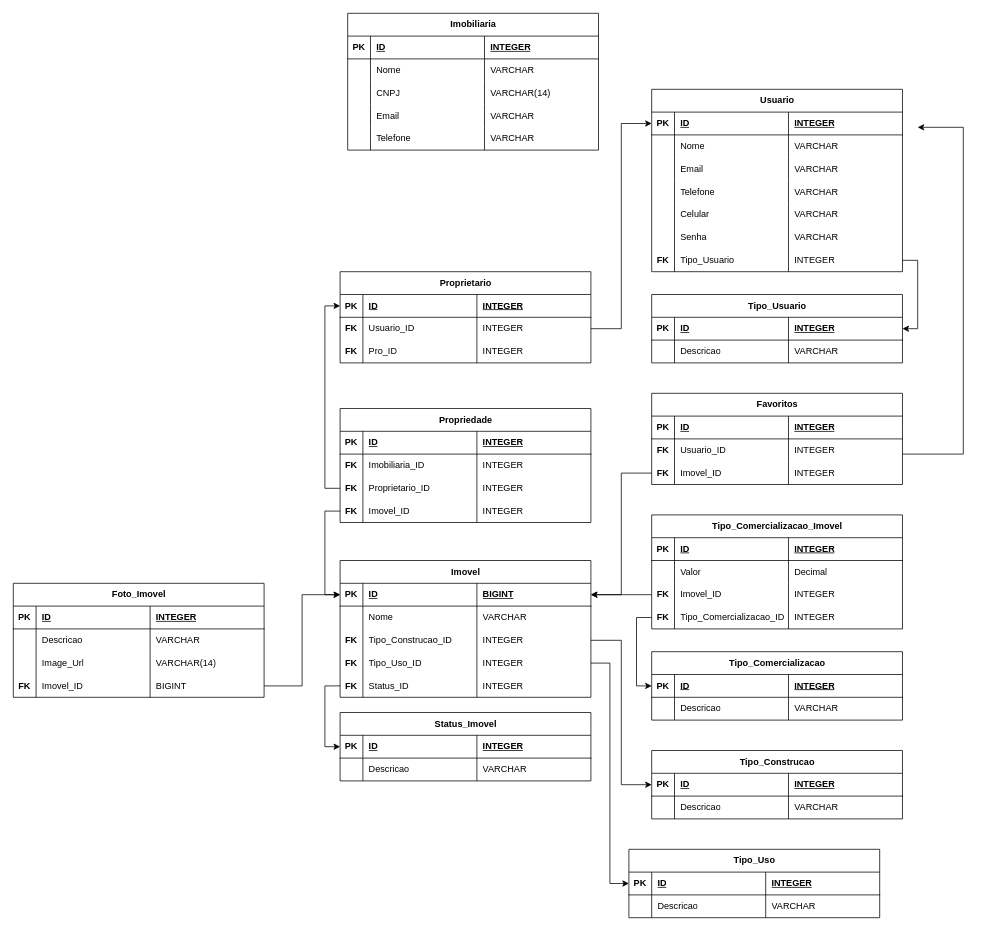
Before: Docs/DataModeling/Modelagem de Dados.drawio in SteveSilvas/BuscaCasa, a draw.io diagram. Source tidied: cells renumbered, new cells numbered last; positions are measured from the earlier drawing's top-left corner, leaving out a move shared by most shapes. Both pictures are drawn from the tidied source at 76%, with x=0, y=0 at pixel (13, 13).
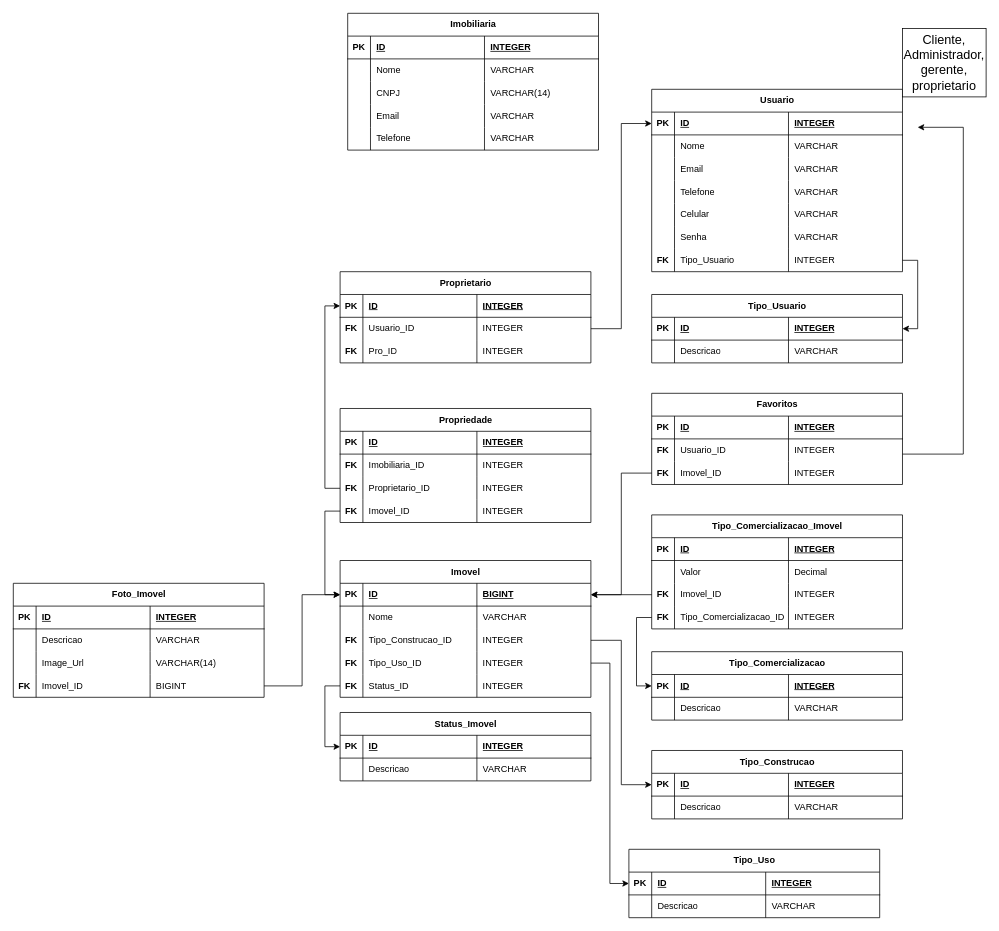
The same page after the edit.

Change to the diagram source:
```diff
@@
+    <mxCell id="207" value="&lt;span data-lucid-content=&quot;{&amp;quot;t&amp;quot;:&amp;quot;Cliente,\nAdministrador,\ngerente,\nproprietario&amp;quot;,&amp;quot;m&amp;quot;:[{&amp;quot;s&amp;quot;:0,&amp;quot;n&amp;quot;:&amp;quot;s&amp;quot;,&amp;quot;v&amp;quot;:22.22222222222222,&amp;quot;e&amp;quot;:45},{&amp;quot;s&amp;quot;:0,&amp;quot;n&amp;quot;:&amp;quot;fsp&amp;quot;,&amp;quot;v&amp;quot;:&amp;quot;ss_presetShapeStyle1_textStyle&amp;quot;,&amp;quot;e&amp;quot;:45},{&amp;quot;s&amp;quot;:0,&amp;quot;n&amp;quot;:&amp;quot;fsp2&amp;quot;,&amp;quot;v&amp;quot;:&amp;quot;ss_presetShapeStyle1_textStyle&amp;quot;,&amp;quot;e&amp;quot;:45}]}&quot;&gt;&lt;span style=&quot;font-size: 16.6667px;&quot;&gt;Cliente,&lt;br&gt;&lt;/span&gt;&lt;span style=&quot;font-size: 16.6667px;&quot;&gt;Administrador,&lt;br&gt;&lt;/span&gt;&lt;span style=&quot;font-size: 16.6667px;&quot;&gt;gerente,&lt;br&gt;&lt;/span&gt;&lt;span style=&quot;font-size: 16.6667px;&quot;&gt;proprietario&lt;/span&gt;&lt;/span&gt;" style="rounded=0;whiteSpace=wrap;html=1;" parent="1" vertex="1">
+      <mxGeometry x="1170" y="20" width="110" height="90" as="geometry" />
+    </mxCell>
```
